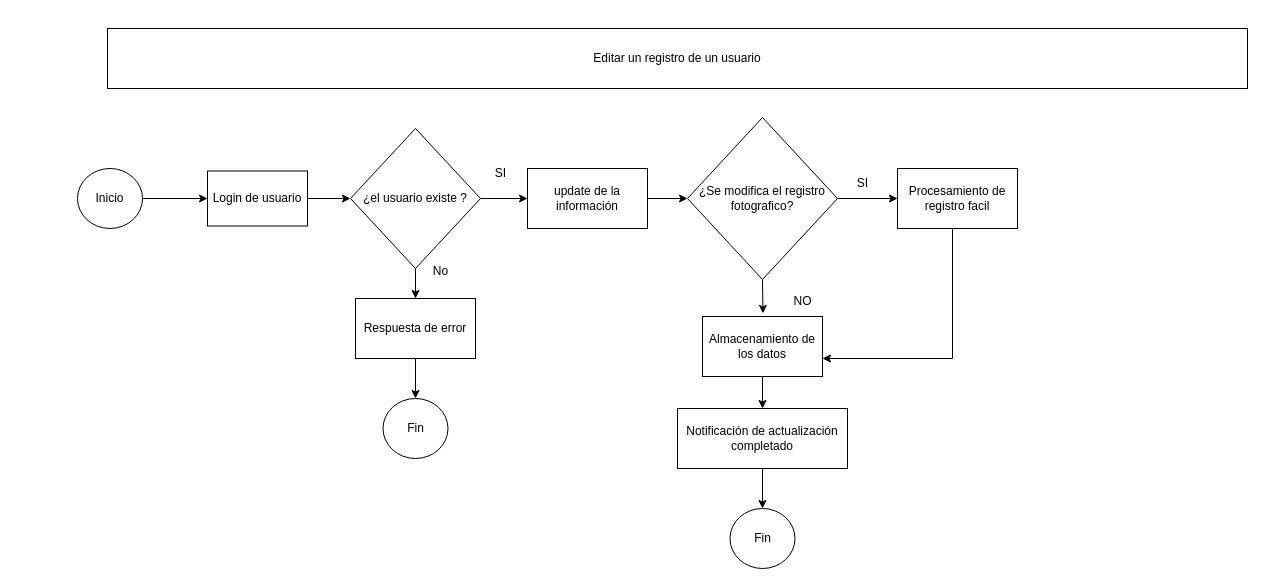
Earlier version of the draw.io diagram page "Funcionalidad_Borrar" (3 of 3) of Diagrama sin título.drawio (juansanchezz/Prueba-IoT). Source tidied: cells renumbered, new cells numbered last; positions are measured from the earlier drawing's top-left corner, leaving out a move shared by most shapes. Both pictures are drawn from the tidied source at 100%, with x=0, y=0 at pixel (77, 28).
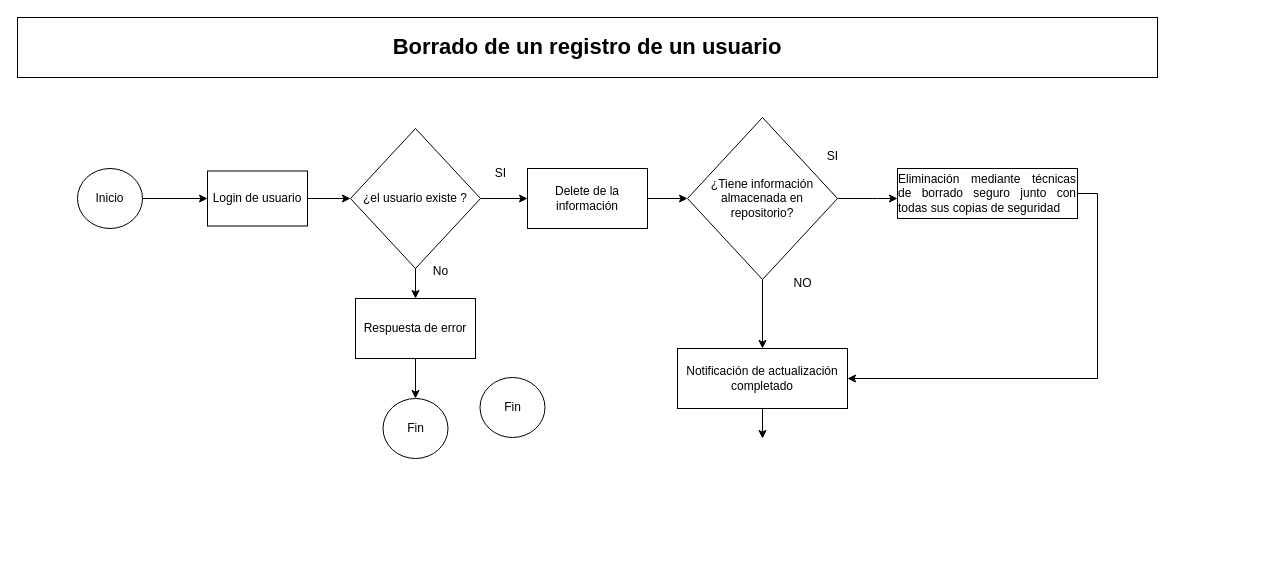
Above is the later version.

Change to the diagram source:
```diff
@@
-    <mxCell id="2" style="edgeStyle=orthogonalEdgeStyle;rounded=0;jettySize=auto;html=1;exitX=0.5;exitY=1;exitDx=0;exitDy=0;" parent="1" edge="1" source="27">
-      <mxGeometry relative="1" as="geometry">
-        <mxPoint x="745" y="330" as="targetPoint" />
-        <Array as="points">
-          <mxPoint x="875" y="200" />
-          <mxPoint x="875" y="330" />
-        </Array>
-      </mxGeometry>
-    </mxCell>
-    <mxCell id="3" value="Editar un registro de un usuario" style="rounded=0;whiteSpace=wrap;html=1;" parent="1" vertex="1">
-      <mxGeometry x="30" width="1140" height="60" as="geometry" />
+    <mxCell id="3" value="&lt;font style=&quot;font-size: 22px;&quot;&gt;&lt;b&gt;Borrado de un registro de un usuario&lt;/b&gt;&lt;/font&gt;" style="rounded=0;whiteSpace=wrap;html=1;" parent="1" vertex="1">
+      <mxGeometry x="-60" y="-11" width="1140" height="60" as="geometry" />
     </mxCell>
@@
-    <mxCell id="14" value="update de la información" style="rounded=0;whiteSpace=wrap;html=1;" parent="1" vertex="1">
+    <mxCell id="14" value="Delete de la información" style="rounded=0;whiteSpace=wrap;html=1;" parent="1" vertex="1">
       <mxGeometry x="450" y="140" width="120" height="60" as="geometry" />
     </mxCell>
@@
-    <mxCell id="16" style="edgeStyle=orthogonalEdgeStyle;rounded=0;jettySize=auto;html=1;exitX=0.5;exitY=1;exitDx=0;exitDy=0;entryX=0.5;entryY=0;entryDx=0;entryDy=0;" parent="1" edge="1" source="17" target="19">
-      <mxGeometry relative="1" as="geometry" />
-    </mxCell>
-    <mxCell id="17" value="Almacenamiento de los datos" style="rounded=0;whiteSpace=wrap;html=1;" parent="1" vertex="1">
-      <mxGeometry x="625" y="288" width="120" height="60" as="geometry" />
-    </mxCell>
-    <mxCell id="18" style="edgeStyle=orthogonalEdgeStyle;rounded=0;jettySize=auto;html=1;exitX=0.5;exitY=1;exitDx=0;exitDy=0;entryX=0.5;entryY=0;entryDx=0;entryDy=0;" parent="1" edge="1" source="19" target="20">
-      <mxGeometry relative="1" as="geometry" />
-    </mxCell>
+    <mxCell id="29" style="edgeStyle=orthogonalEdgeStyle;rounded=0;jettySize=auto;html=1;exitX=0.5;exitY=1;exitDx=0;exitDy=0;entryX=0.5;entryY=0;entryDx=0;entryDy=0;" parent="1" edge="1" source="19">
+      <mxGeometry relative="1" as="geometry">
+        <mxPoint x="685" y="410" as="targetPoint" />
+      </mxGeometry>
+    </mxCell>
     <mxCell id="19" value="Notificación de actualización completado" style="rounded=0;whiteSpace=wrap;html=1;" parent="1" vertex="1">
-      <mxGeometry x="600" y="380" width="170" height="60" as="geometry" />
+      <mxGeometry x="600" y="320" width="170" height="60" as="geometry" />
     </mxCell>
     <mxCell id="20" value="Fin" style="ellipse;whiteSpace=wrap;html=1;" parent="1" vertex="1">
-      <mxGeometry x="652.5" y="480" width="65" height="60" as="geometry" />
+      <mxGeometry x="402.5" y="349" width="65" height="60" as="geometry" />
     </mxCell>
@@
     <mxCell id="23" style="edgeStyle=orthogonalEdgeStyle;rounded=0;jettySize=auto;html=1;" parent="1" edge="1" source="24" target="27">
-      <mxGeometry relative="1" as="geometry" />
+      <mxGeometry relative="1" as="geometry">
+        <Array as="points">
+          <mxPoint x="800" y="170" />
+          <mxPoint x="800" y="170" />
+        </Array>
+      </mxGeometry>
     </mxCell>
+    <mxCell id="30" style="edgeStyle=orthogonalEdgeStyle;rounded=0;jettySize=auto;html=1;exitX=0.5;exitY=1;exitDx=0;exitDy=0;entryX=0.5;entryY=0;entryDx=0;entryDy=0;" parent="1" edge="1" source="24" target="19">
+      <mxGeometry relative="1" as="geometry" />
+    </mxCell>
-    <mxCell id="24" value="¿Se modifica el registro fotografico?" style="rhombus;whiteSpace=wrap;html=1;" parent="1" vertex="1">
+    <mxCell id="24" value="¿Tiene información almacenada en repositorio?" style="rhombus;whiteSpace=wrap;html=1;" parent="1" vertex="1">
       <mxGeometry x="610" y="89" width="150" height="162" as="geometry" />
     </mxCell>
     <mxCell id="25" value="NO" style="text;html=1;align=center;verticalAlign=middle;strokeColor=none;fillColor=none;" parent="1" vertex="1">
-      <mxGeometry x="705" y="258" width="40" height="30" as="geometry" />
+      <mxGeometry x="705" y="240" width="40" height="30" as="geometry" />
     </mxCell>
-    <mxCell id="26" style="edgeStyle=orthogonalEdgeStyle;rounded=0;jettySize=auto;html=1;exitX=0.5;exitY=1;exitDx=0;exitDy=0;entryX=0.504;entryY=-0.052;entryDx=0;entryDy=0;entryPerimeter=0;" parent="1" edge="1" source="24" target="17">
-      <mxGeometry relative="1" as="geometry" />
-    </mxCell>
+    <mxCell id="31" style="edgeStyle=orthogonalEdgeStyle;rounded=0;jettySize=auto;html=1;exitX=1;exitY=0.5;exitDx=0;exitDy=0;entryX=1;entryY=0.5;entryDx=0;entryDy=0;" parent="1" edge="1" source="27" target="19">
+      <mxGeometry relative="1" as="geometry" />
+    </mxCell>
-    <mxCell id="27" value="Procesamiento de registro facil" style="whiteSpace=wrap;html=1;" parent="1" vertex="1">
-      <mxGeometry x="820" y="140" width="120" height="60" as="geometry" />
+    <mxCell id="27" value="&lt;div style=&quot;text-align: justify;&quot;&gt;&lt;span style=&quot;background-color: initial;&quot;&gt;Eliminación mediante técnicas de borrado seguro junto con todas sus copias de seguridad&lt;/span&gt;&lt;/div&gt;" style="whiteSpace=wrap;html=1;" parent="1" vertex="1">
+      <mxGeometry x="820" y="140" width="180" height="50" as="geometry" />
     </mxCell>
     <mxCell id="28" value="SI" style="text;html=1;align=center;verticalAlign=middle;strokeColor=none;fillColor=none;" parent="1" vertex="1">
-      <mxGeometry x="770" y="140" width="30" height="30" as="geometry" />
+      <mxGeometry x="740" y="112.5" width="30" height="30" as="geometry" />
     </mxCell>
```
